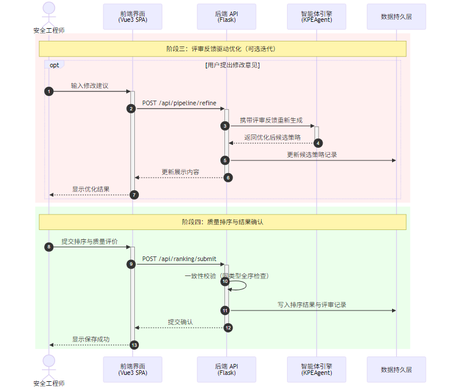
Earlier version of the Mermaid export images/chap4/pipeline_sequence_b.png (Ivanbeethoven/ustb_graduator_paper). Its source is kept beside it as images/chap4/pipeline_sequence_b.mmd.
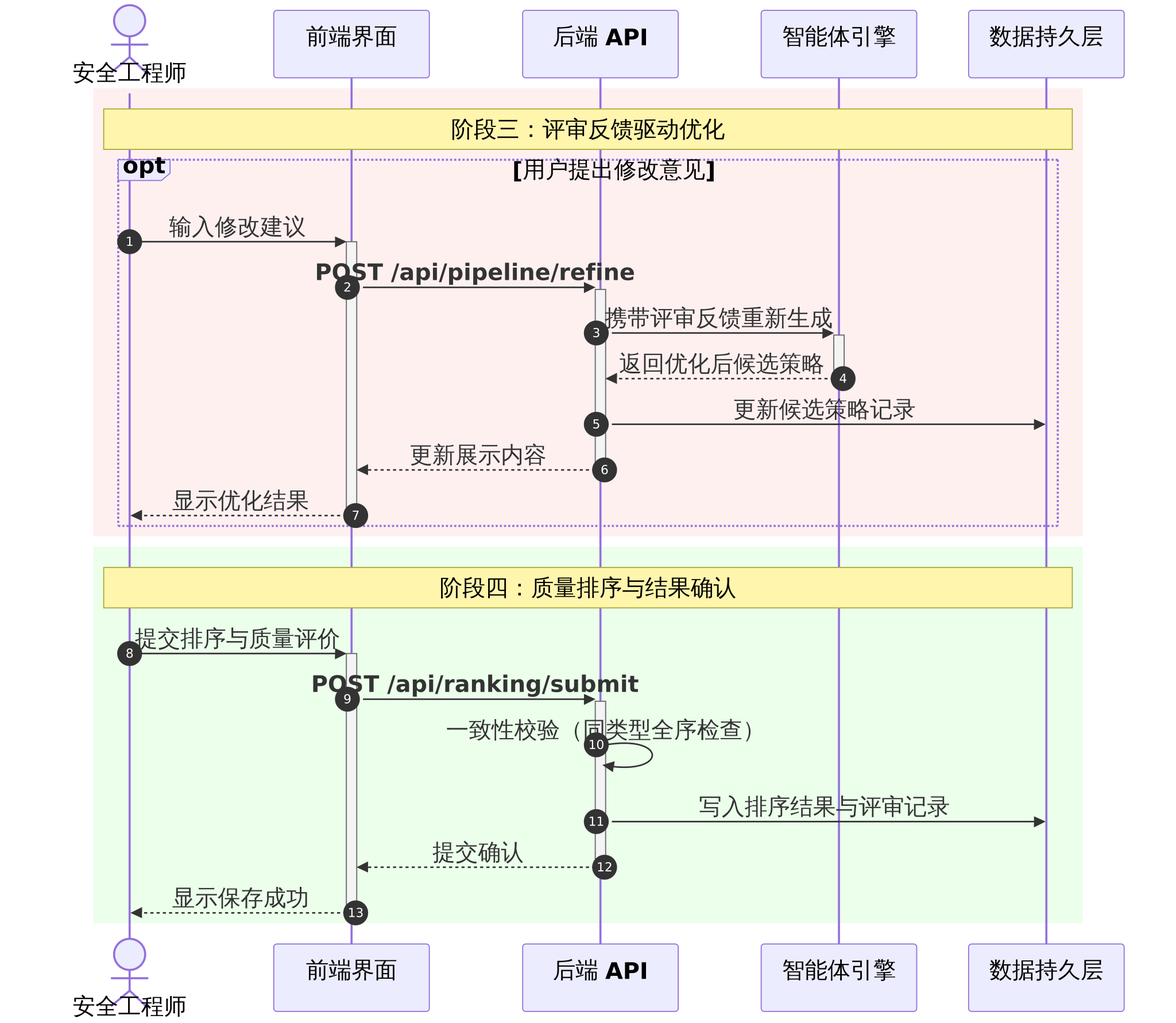
Later version of the same file.

Diff of the diagram source:
```diff
@@ -1,22 +1,23 @@
 %%{init: {
   'theme': 'base',
   'themeVariables': {
-    'fontSize': '22px',
+    'fontSize': '36px',
     'fontFamily': '"Microsoft YaHei","PingFang SC","Noto Sans SC",sans-serif',
     'lineColor': '#64748b',
     'primaryTextColor': '#1f2937'
   }
 }}%%
+
 sequenceDiagram
     autonumber
     actor User as 安全工程师
-    participant UI as 前端界面<br/>(Vue3 SPA)
-    participant API as 后端 API<br/>(Flask)
-    participant Agent as 智能体引擎<br/>(KPEAgent)
+    participant UI as 前端界面
+    participant API as 后端 API
+    participant Agent as 智能体引擎
     participant DB as 数据持久层
 
     rect rgb(255, 240, 240)
-        Note over User, DB: 阶段三：评审反馈驱动优化（可选迭代）
+        Note over User, DB: 阶段三：评审反馈驱动优化
         opt 用户提出修改意见
             User ->>+ UI: 输入修改建议
             UI ->>+ API: POST /api/pipeline/refine
```
